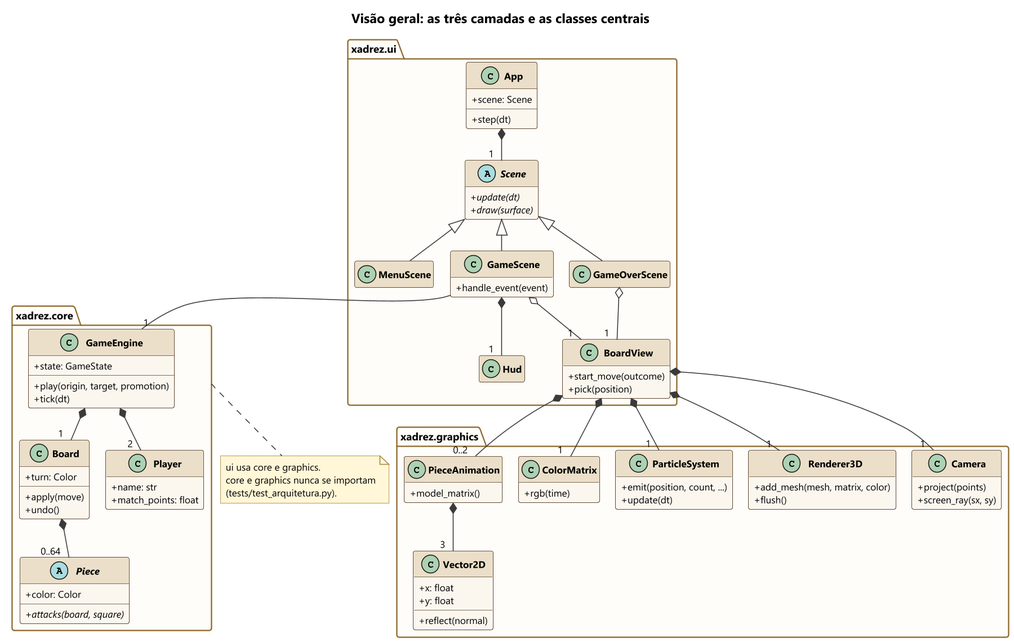
The PlantUML diagram docs/uml/img/classes_visao_geral.png in Kauhan33/chess-the-game, before a commit. Its source is kept beside it as docs/uml/classes_visao_geral.puml. The source it was exported from:
```plantuml
@startuml classes_visao_geral
!pragma layout smetana
!include _estilo.iuml
title Visão geral: as três camadas e as classes centrais
hide empty members

package "xadrez.ui" as ui {
  class App {
    +scene: Scene
    +step(dt)
  }
  abstract class Scene {
    {abstract} +update(dt)
    {abstract} +draw(surface)
  }
  class MenuScene
  class GameScene {
    +handle_event(event)
  }
  class GameOverScene
  class BoardView {
    +start_move(outcome)
    +pick(position)
  }
  class Hud
}

package "xadrez.core" as core {
  class GameEngine {
    +state: GameState
    +play(origin, target, promotion)
    +tick(dt)
  }
  class Board {
    +turn: Color
    +apply(move)
    +undo()
  }
  abstract class Piece {
    +color: Color
    {abstract} +attacks(board, square)
  }
  class Player {
    +name: str
    +match_points: float
  }
}

package "xadrez.graphics" as graphics {
  class Camera {
    +project(points)
    +screen_ray(sx, sy)
  }
  class Renderer3D {
    +add_mesh(mesh, matrix, color)
    +flush()
  }
  class ParticleSystem {
    +emit(position, count, ...)
    +update(dt)
  }
  class ColorMatrix {
    +rgb(time)
  }
  class PieceAnimation {
    +model_matrix()
  }
  class Vector2D {
    +x: float
    +y: float
    +reflect(normal)
  }
}

App *-- "1$p" Scene
Scene <|-- MenuScene
Scene <|-- GameScene
Scene <|-- GameOverScene
GameScene *-- "1$p" Hud
GameScene o-- "1$p" BoardView
GameOverScene o-- "1$p" BoardView

GameScene -- "1$p" GameEngine
GameEngine *-- "1$p" Board
GameEngine *-- "2$p" Player
Board *-- "0..64$p" Piece

BoardView *-- "1$p" Camera
BoardView *-- "1$p" Renderer3D
BoardView *-- "1$p" ColorMatrix
BoardView *-- "1$p" ParticleSystem
BoardView *-- "0..2$p" PieceAnimation
PieceAnimation *-- "3$p" Vector2D

note bottom of core
  ui usa core e graphics.
  core e graphics nunca se importam
  (tests/test_arquitetura.py).
end note
@enduml
```
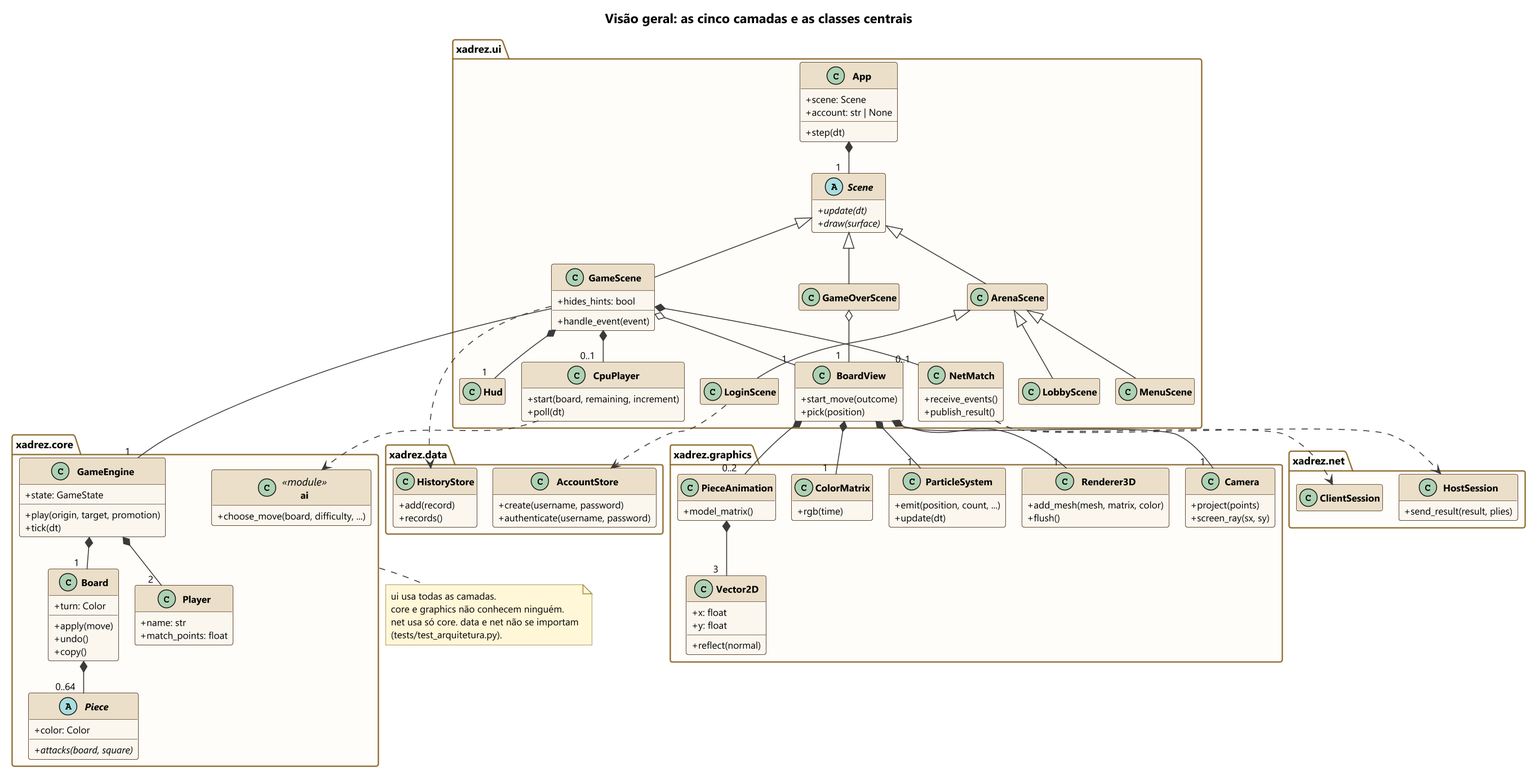
After the change.

What changed in the source:
```diff
@@ -1,20 +1,25 @@
 @startuml classes_visao_geral
 !pragma layout smetana
 !include _estilo.iuml
-title Visão geral: as três camadas e as classes centrais
+title Visão geral: as cinco camadas e as classes centrais
 hide empty members
 
 package "xadrez.ui" as ui {
   class App {
     +scene: Scene
+    +account: str | None
     +step(dt)
   }
   abstract class Scene {
     {abstract} +update(dt)
     {abstract} +draw(surface)
   }
+  class ArenaScene
+  class LoginScene
   class MenuScene
+  class LobbyScene
   class GameScene {
+    +hides_hints: bool
     +handle_event(event)
   }
   class GameOverScene
@@ -23,6 +28,14 @@
     +pick(position)
   }
   class Hud
+  class CpuPlayer {
+    +start(board, remaining, increment)
+    +poll(dt)
+  }
+  class NetMatch {
+    +receive_events()
+    +publish_result()
+  }
 }
 
 package "xadrez.core" as core {
@@ -35,6 +48,7 @@
     +turn: Color
     +apply(move)
     +undo()
+    +copy()
   }
   abstract class Piece {
     +color: Color
@@ -43,6 +57,9 @@
   class Player {
     +name: str
     +match_points: float
+  }
+  class ai <<module>> {
+    +choose_move(board, difficulty, ...)
   }
 }
 
@@ -72,18 +89,42 @@
   }
 }
 
+package "xadrez.data" as data {
+  class AccountStore {
+    +create(username, password)
+    +authenticate(username, password)
+  }
+  class HistoryStore {
+    +add(record)
+    +records()
+  }
+}
+
+package "xadrez.net" as net {
+  class HostSession {
+    +send_result(result, plies)
+  }
+  class ClientSession
+}
+
 App *-- "1$p" Scene
-Scene <|-- MenuScene
+Scene <|-- ArenaScene
+ArenaScene <|-- LoginScene
+ArenaScene <|-- MenuScene
+ArenaScene <|-- LobbyScene
 Scene <|-- GameScene
 Scene <|-- GameOverScene
 GameScene *-- "1$p" Hud
 GameScene o-- "1$p" BoardView
 GameOverScene o-- "1$p" BoardView
+GameScene *-- "0..1$p" CpuPlayer
+GameScene *-- "0..1$p" NetMatch
 
 GameScene -- "1$p" GameEngine
 GameEngine *-- "1$p" Board
 GameEngine *-- "2$p" Player
 Board *-- "0..64$p" Piece
+CpuPlayer ..> ai
 
 BoardView *-- "1$p" Camera
 BoardView *-- "1$p" Renderer3D
@@ -92,9 +133,15 @@
 BoardView *-- "0..2$p" PieceAnimation
 PieceAnimation *-- "3$p" Vector2D
 
+LoginScene ..> AccountStore
+GameScene ..> HistoryStore
+NetMatch ..> HostSession
+NetMatch ..> ClientSession
+
 note bottom of core
-  ui usa core e graphics.
-  core e graphics nunca se importam
+  ui usa todas as camadas.
+  core e graphics não conhecem ninguém.
+  net usa só core. data e net não se importam
   (tests/test_arquitetura.py).
 end note
 @enduml
```
